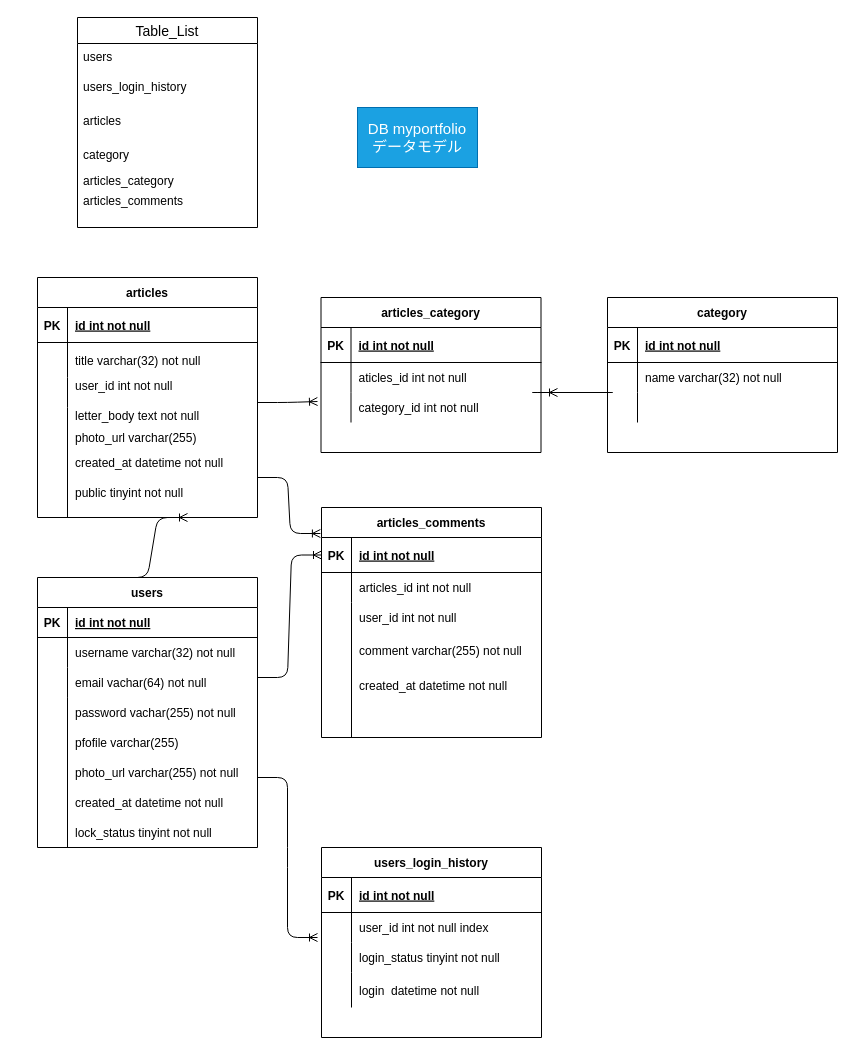
Above: db.dio in hirohana/technologypost-backend (draw.io), before the change. Source tidied: cells renumbered, new cells numbered last; positions are measured from the earlier drawing's top-left corner, leaving out a move shared by most shapes. Both pictures are drawn from the tidied source at 100%, with x=0, y=0 at pixel (37, 17).
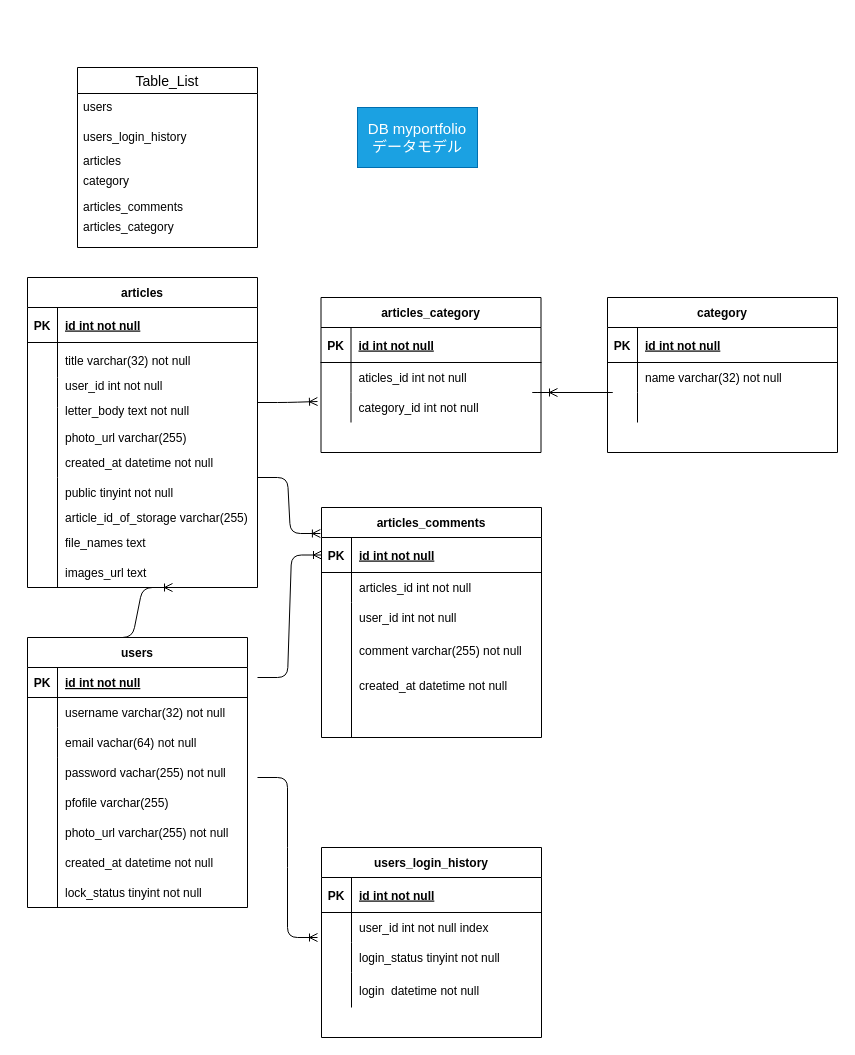
The same page after the edit.

The edit, as a diff of the source:
```diff
@@
     <mxCell id="2" value="users" style="shape=table;startSize=30;childLayout=tableLayout;rowLines=0;fontStyle=1;align=center;" parent="1" vertex="1">
-      <mxGeometry y="560" width="220" height="270" as="geometry" />
+      <mxGeometry x="-10" y="620" width="220" height="270" as="geometry" />
     </mxCell>
@@
     <mxCell id="16" value="articles" style="shape=table;startSize=30;childLayout=tableLayout;rowLines=0;fontStyle=1;align=center;" parent="1" vertex="1">
-      <mxGeometry y="260" width="220" height="240" as="geometry" />
+      <mxGeometry x="-10" y="260" width="230" height="310" as="geometry" />
     </mxCell>
     <mxCell id="17" style="shape=partialRectangle;fillColor=none;top=0;left=0;bottom=1;right=0;" parent="16" vertex="1">
-      <mxGeometry y="30" width="220" height="35" as="geometry" />
+      <mxGeometry y="30" width="230" height="35" as="geometry" />
     </mxCell>
@@
     <mxCell id="19" value="id int not null" style="shape=partialRectangle;fillColor=none;top=0;left=0;bottom=0;right=0;align=left;spacingLeft=6;fontStyle=5;overflow=hidden;" parent="17" vertex="1">
-      <mxGeometry x="30" width="190" height="35" as="geometry" />
+      <mxGeometry x="30" width="200" height="35" as="geometry" />
     </mxCell>
     <mxCell id="20" style="shape=partialRectangle;fillColor=none;top=0;left=0;bottom=0;right=0;" parent="16" vertex="1">
-      <mxGeometry y="65" width="220" height="35" as="geometry" />
+      <mxGeometry y="65" width="230" height="35" as="geometry" />
     </mxCell>
@@
     <mxCell id="22" value="title varchar(32) not null" style="shape=partialRectangle;fillColor=none;top=0;left=0;bottom=0;right=0;align=left;spacingLeft=6;overflow=hidden;" parent="20" vertex="1">
-      <mxGeometry x="30" width="190" height="35" as="geometry" />
+      <mxGeometry x="30" width="200" height="35" as="geometry" />
     </mxCell>
     <mxCell id="23" style="shape=partialRectangle;fillColor=none;top=0;left=0;bottom=0;right=0;" parent="16" vertex="1">
-      <mxGeometry y="100" width="220" height="30" as="geometry" />
+      <mxGeometry y="100" width="230" height="30" as="geometry" />
     </mxCell>
@@
     <mxCell id="25" style="shape=partialRectangle;fillColor=none;top=0;left=0;bottom=0;right=0;align=left;spacingLeft=6;overflow=hidden;" parent="23" vertex="1">
-      <mxGeometry x="30" width="190" height="30" as="geometry" />
+      <mxGeometry x="30" width="200" height="30" as="geometry" />
     </mxCell>
     <mxCell id="26" style="shape=partialRectangle;fillColor=none;top=0;left=0;bottom=0;right=0;" parent="16" vertex="1">
-      <mxGeometry y="130" width="220" height="30" as="geometry" />
+      <mxGeometry y="130" width="230" height="30" as="geometry" />
     </mxCell>
@@
     <mxCell id="28" style="shape=partialRectangle;fillColor=none;top=0;left=0;bottom=0;right=0;align=left;spacingLeft=6;overflow=hidden;" parent="26" vertex="1">
-      <mxGeometry x="30" width="190" height="30" as="geometry" />
+      <mxGeometry x="30" width="200" height="30" as="geometry" />
     </mxCell>
     <mxCell id="29" style="shape=partialRectangle;fillColor=none;top=0;left=0;bottom=0;right=0;" parent="1" vertex="1">
-      <mxGeometry y="430" width="190" height="30" as="geometry" />
+      <mxGeometry x="-10" y="430" width="190" height="30" as="geometry" />
     </mxCell>
@@
     <mxCell id="32" style="shape=partialRectangle;fillColor=none;top=0;left=0;bottom=0;right=0;" parent="1" vertex="1">
-      <mxGeometry y="405" width="180" height="30" as="geometry" />
+      <mxGeometry x="-10" y="405" width="180" height="30" as="geometry" />
     </mxCell>
@@
-    <mxCell id="35" style="endArrow=none;html=1;rounded=0;" parent="1" edge="1">
+    <mxCell id="35" style="endArrow=none;html=1;rounded=0;entryX=0.174;entryY=1;entryDx=0;entryDy=0;entryPerimeter=0;" parent="1" edge="1" target="113">
       <mxGeometry relative="1" as="geometry">
-        <mxPoint x="30" y="410" as="sourcePoint" />
-        <mxPoint x="30" y="500" as="targetPoint" />
+        <mxPoint x="20" y="410" as="sourcePoint" />
+        <Array as="points">
+          <mxPoint x="20" y="460" />
+        </Array>
       </mxGeometry>
     </mxCell>
     <mxCell id="36" value="pfofile varchar(255)" style="shape=partialRectangle;fillColor=none;top=0;left=0;bottom=0;right=0;align=left;spacingLeft=6;overflow=hidden;" parent="1" vertex="1">
-      <mxGeometry x="30" y="710" width="190" height="30" as="geometry" />
+      <mxGeometry x="20" y="770" width="190" height="30" as="geometry" />
     </mxCell>
     <mxCell id="37" value="created_at datetime not null" style="shape=partialRectangle;fillColor=none;top=0;left=0;bottom=0;right=0;align=left;spacingLeft=6;overflow=hidden;" parent="1" vertex="1">
-      <mxGeometry x="30" y="770" width="160" height="30" as="geometry" />
+      <mxGeometry x="20" y="830" width="160" height="30" as="geometry" />
     </mxCell>
     <mxCell id="38" value="password vachar(255) not null" style="shape=partialRectangle;fillColor=none;top=0;left=0;bottom=0;right=0;align=left;spacingLeft=6;overflow=hidden;" parent="1" vertex="1">
-      <mxGeometry x="30" y="680" width="190" height="30" as="geometry" />
+      <mxGeometry x="20" y="740" width="190" height="30" as="geometry" />
     </mxCell>
     <mxCell id="39" style="endArrow=none;html=1;rounded=0;" parent="1" edge="1">
       <mxGeometry relative="1" as="geometry">
-        <mxPoint x="30" y="680" as="sourcePoint" />
-        <mxPoint x="30" y="830" as="targetPoint" />
+        <mxPoint x="20" y="740" as="sourcePoint" />
+        <mxPoint x="20" y="890" as="targetPoint" />
       </mxGeometry>
     </mxCell>
     <mxCell id="40" value="photo_url varchar(255) not null" style="shape=partialRectangle;fillColor=none;top=0;left=0;bottom=0;right=0;align=left;spacingLeft=6;overflow=hidden;" parent="1" vertex="1">
-      <mxGeometry x="30" y="740" width="190" height="30" as="geometry" />
+      <mxGeometry x="20" y="800" width="190" height="30" as="geometry" />
     </mxCell>
     <mxCell id="41" value="email vachar(64) not null" style="shape=partialRectangle;fillColor=none;top=0;left=0;bottom=0;right=0;align=left;spacingLeft=6;overflow=hidden;" parent="1" vertex="1">
-      <mxGeometry x="30" y="650" width="190" height="30" as="geometry" />
+      <mxGeometry x="20" y="710" width="190" height="30" as="geometry" />
     </mxCell>
@@
     <mxCell id="55" value="Table_List" style="swimlane;fontStyle=0;horizontal=1;startSize=26;align=center;fontSize=14;" parent="1" vertex="1">
-      <mxGeometry x="40" width="180" height="210" as="geometry" />
+      <mxGeometry x="40" y="50" width="180" height="180" as="geometry" />
     </mxCell>
@@
     <mxCell id="57" value="users_login_history" style="text;strokeColor=none;fillColor=none;spacingLeft=4;spacingRight=4;overflow=hidden;fontSize=12;" parent="55" vertex="1">
-      <mxGeometry y="56" width="180" height="34" as="geometry" />
+      <mxGeometry y="56" width="180" height="24" as="geometry" />
     </mxCell>
     <mxCell id="58" value="articles" style="text;strokeColor=none;fillColor=none;spacingLeft=4;spacingRight=4;overflow=hidden;fontSize=12;" parent="55" vertex="1">
-      <mxGeometry y="90" width="180" height="34" as="geometry" />
+      <mxGeometry y="80" width="180" height="20" as="geometry" />
     </mxCell>
     <mxCell id="59" value="category" style="text;strokeColor=none;fillColor=none;spacingLeft=4;spacingRight=4;overflow=hidden;fontSize=12;" parent="55" vertex="1">
-      <mxGeometry y="124" width="180" height="26" as="geometry" />
+      <mxGeometry y="100" width="180" height="26" as="geometry" />
     </mxCell>
+    <mxCell id="108" value="articles_comments" style="text;strokeColor=none;fillColor=none;spacingLeft=4;spacingRight=4;overflow=hidden;fontSize=12;" parent="55" vertex="1">
+      <mxGeometry y="126" width="180" height="20" as="geometry" />
+    </mxCell>
     <mxCell id="60" value="articles_category" style="text;strokeColor=none;fillColor=none;spacingLeft=4;spacingRight=4;overflow=hidden;fontSize=12;" parent="55" vertex="1">
-      <mxGeometry y="150" width="180" height="60" as="geometry" />
+      <mxGeometry y="146" width="180" height="34" as="geometry" />
     </mxCell>
     <mxCell id="61" value="letter_body text not null" style="shape=partialRectangle;fillColor=none;top=0;left=0;bottom=0;right=0;align=left;spacingLeft=6;overflow=hidden;" parent="1" vertex="1">
-      <mxGeometry x="30" y="380" width="190" height="35" as="geometry" />
+      <mxGeometry x="20" y="375" width="190" height="35" as="geometry" />
     </mxCell>
     <mxCell id="62" value="user_id int not null" style="shape=partialRectangle;fillColor=none;top=0;left=0;bottom=0;right=0;align=left;spacingLeft=6;overflow=hidden;" parent="1" vertex="1">
-      <mxGeometry x="30" y="350" width="190" height="35" as="geometry" />
+      <mxGeometry x="20" y="350" width="190" height="35" as="geometry" />
     </mxCell>
     <mxCell id="63" value="lock_status tinyint not null" style="shape=partialRectangle;fillColor=none;top=0;left=0;bottom=0;right=0;align=left;spacingLeft=6;overflow=hidden;" parent="1" vertex="1">
-      <mxGeometry x="30" y="800" width="190" height="30" as="geometry" />
+      <mxGeometry x="20" y="860" width="190" height="30" as="geometry" />
     </mxCell>
@@
-    <mxCell id="101" style="edgeStyle=entityRelationEdgeStyle;fontSize=12;html=1;endArrow=ERoneToMany;" parent="1" edge="1">
-      <mxGeometry relative="1" as="geometry">
-        <mxPoint x="80" y="560" as="sourcePoint" />
-        <mxPoint x="150" y="500" as="targetPoint" />
-      </mxGeometry>
-    </mxCell>
@@
     <mxCell id="105" style="shape=partialRectangle;fillColor=none;top=0;left=0;bottom=0;right=0;" parent="1" vertex="1">
-      <mxGeometry y="460" width="190" height="30" as="geometry" />
+      <mxGeometry x="-10" y="460" width="190" height="30" as="geometry" />
     </mxCell>
@@
-    <mxCell id="108" value="articles_comments" style="text;strokeColor=none;fillColor=none;spacingLeft=4;spacingRight=4;overflow=hidden;fontSize=12;" parent="1" vertex="1">
-      <mxGeometry x="40" y="170" width="180" height="50" as="geometry" />
-    </mxCell>
+    <mxCell id="109" style="edgeStyle=entityRelationEdgeStyle;fontSize=12;html=1;endArrow=ERoneToMany;" parent="1" edge="1">
+      <mxGeometry relative="1" as="geometry">
+        <mxPoint x="65" y="620" as="sourcePoint" />
+        <mxPoint x="135" y="570" as="targetPoint" />
+      </mxGeometry>
+    </mxCell>
+    <mxCell id="110" style="shape=partialRectangle;fillColor=none;top=0;left=0;bottom=0;right=0;" parent="1" vertex="1">
+      <mxGeometry x="-10" y="510" width="190" height="30" as="geometry" />
+    </mxCell>
+    <mxCell id="111" style="shape=partialRectangle;fillColor=none;top=0;left=0;bottom=0;right=0;overflow=hidden;" parent="110" vertex="1">
+      <mxGeometry width="30" height="30" as="geometry" />
+    </mxCell>
+    <mxCell id="112" value="file_names text" style="shape=partialRectangle;fillColor=none;top=0;left=0;bottom=0;right=0;align=left;spacingLeft=6;overflow=hidden;" parent="110" vertex="1">
+      <mxGeometry x="30" width="160" height="30" as="geometry" />
+    </mxCell>
+    <mxCell id="113" style="shape=partialRectangle;fillColor=none;top=0;left=0;bottom=0;right=0;points=[[0,0.5],[1,0.5]];portConstraint=eastwest;" parent="1" vertex="1">
+      <mxGeometry x="-20" y="520" width="230" height="50" as="geometry" />
+    </mxCell>
+    <mxCell id="114" style="shape=partialRectangle;fillColor=none;top=0;left=0;bottom=0;right=0;overflow=hidden;" parent="113" vertex="1">
+      <mxGeometry width="34.6" height="50" as="geometry" />
+    </mxCell>
+    <mxCell id="115" value="article_id_of_storage varchar(255)" style="shape=partialRectangle;fillColor=none;top=0;left=0;bottom=0;right=0;align=left;spacingLeft=6;overflow=hidden;" parent="1" vertex="1">
+      <mxGeometry x="20" y="470" width="195.4" height="60" as="geometry" />
+    </mxCell>
+    <mxCell id="116" value="images_url text " style="shape=partialRectangle;fillColor=none;top=0;left=0;bottom=0;right=0;align=left;spacingLeft=6;overflow=hidden;" parent="1" vertex="1">
+      <mxGeometry x="20" y="530" width="195.4" height="50" as="geometry" />
+    </mxCell>
```
